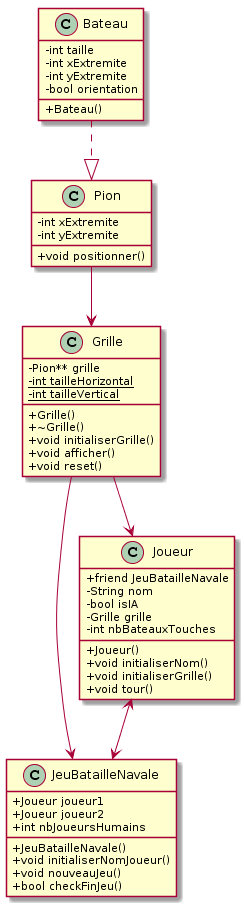
Earlier version of the PlantUML export UML/diagramme_classes.png (saraben28/Bataille-Navale).
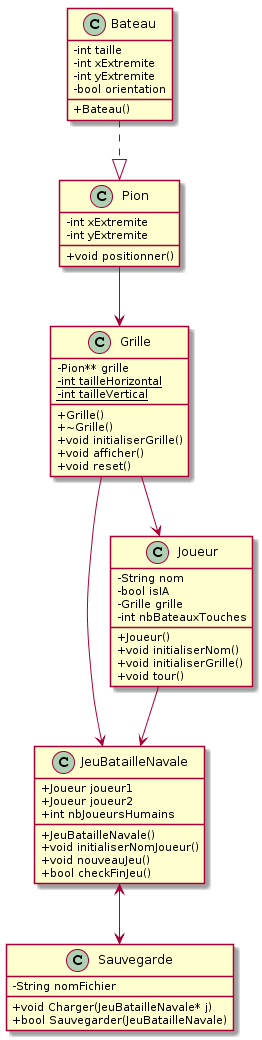
Above is the later version.

Commit message:
ajout classe sauvegarde

The edit, as a diff of the source:
```diff
@@ -28,7 +28,6 @@
 }
 
 class Joueur {
-   +friend JeuBatailleNavale
    -String nom
    -bool isIA
    -Grille grille
@@ -60,9 +59,17 @@
 
 }
 
+class Sauvegarde{
+   -String nomFichier
+
+   +void Charger(JeuBatailleNavale* j)
+   +bool Sauvegarder(JeuBatailleNavale)
+}
+
 Bateau ..|> Pion
-Joueur<--> JeuBatailleNavale
+Joueur --> JeuBatailleNavale
 Pion --> Grille
 Grille --> Joueur
 Grille --> JeuBatailleNavale
+JeuBatailleNavale <--> Sauvegarde
 @enduml
```
